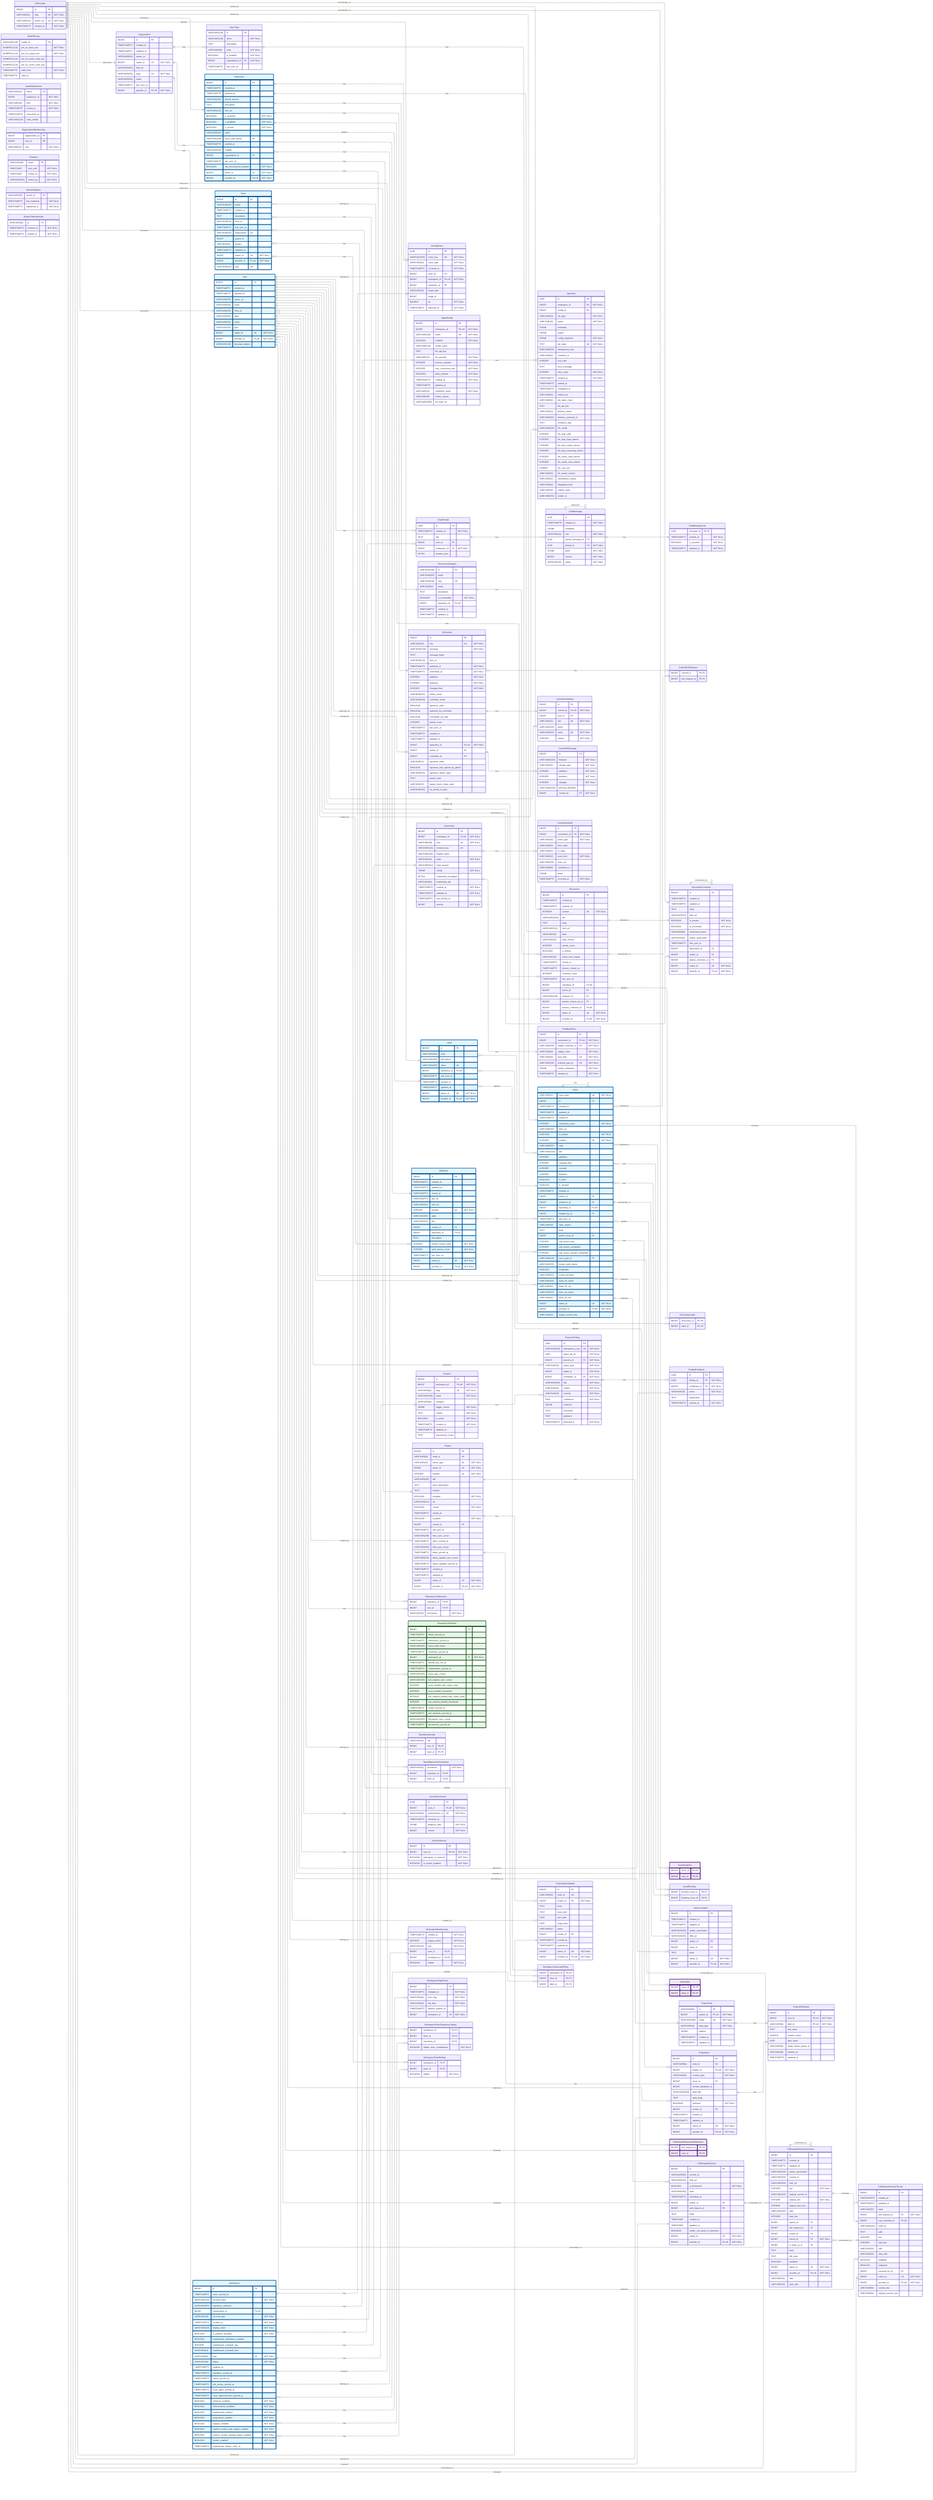
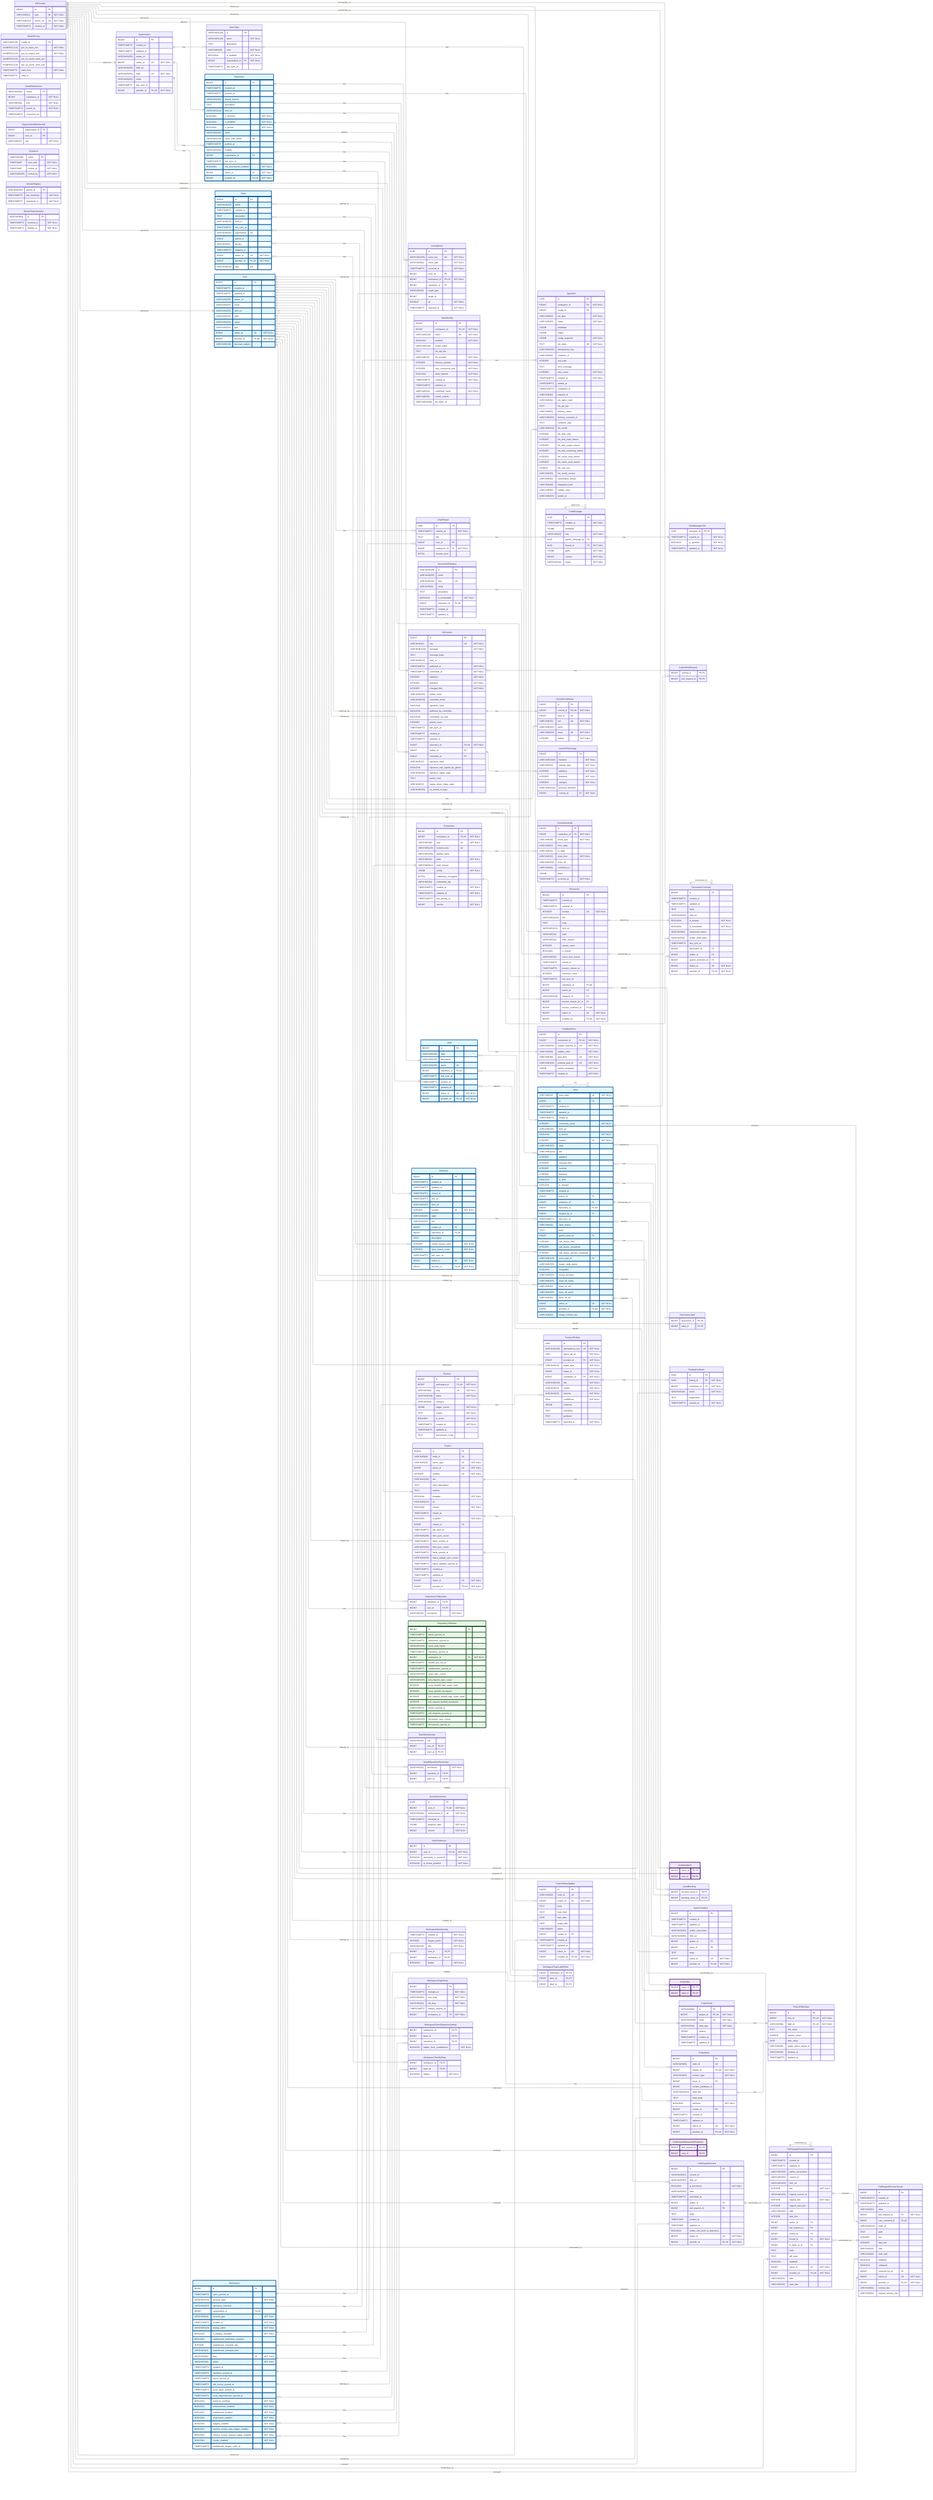
---
config:
    layout: elk
---
erDiagram
    %% Generated automatically from PostgreSQL database schema
    %% using scripts/generate-mermaid-erd.ts
    %% To regenerate: pnpm run db:generate-erd-docs

    direction LR

    ActivityEvent {
        UUID id PK
        VARCHAR(255) event_key UK "NOT NULL"
        VARCHAR(64) event_type "NOT NULL"
        TIMESTAMPTZ occurred_at "NOT NULL"
        BIGINT actor_id FK
        BIGINT workspace_id FK,UK "NOT NULL"
        BIGINT repository_id FK
        VARCHAR(32) target_type
        BIGINT target_id
        DOUBLE xp "NOT NULL"
        TIMESTAMPTZ ingested_at "NOT NULL"
    }

    AgentConfig {
        BIGINT id PK
        BIGINT workspace_id FK,UK "NOT NULL"
        VARCHAR(100) name UK "NOT NULL"
        BOOLEAN enabled "NOT NULL"
        VARCHAR(128) model_name
        TEXT llm_api_key
        VARCHAR(32) llm_provider "NOT NULL"
        INTEGER timeout_seconds "NOT NULL"
        INTEGER max_concurrent_jobs "NOT NULL"
        BOOLEAN allow_internet "NOT NULL"
        TIMESTAMPTZ created_at "NOT NULL"
        TIMESTAMPTZ updated_at
        VARCHAR(16) credential_mode "NOT NULL"
        VARCHAR(50) model_version
        VARCHAR(2048) llm_base_url
    }

    AgentJob {
        UUID id PK
        BIGINT workspace_id FK "NOT NULL"
        BIGINT config_id FK
        VARCHAR(50) job_type "NOT NULL"
        VARCHAR(20) status "NOT NULL"
        JSONB metadata
        JSONB output
        JSONB config_snapshot "NOT NULL"
        TEXT job_token UK "NOT NULL"
        VARCHAR(255) idempotency_key
        VARCHAR(64) container_id
        INTEGER exit_code
        TEXT error_message
        INTEGER retry_count "NOT NULL"
        TIMESTAMPTZ created_at "NOT NULL"
        TIMESTAMPTZ started_at
        TIMESTAMPTZ completed_at
        VARCHAR(64) network_id
        VARCHAR(64) job_token_hash
        TEXT llm_api_key
        VARCHAR(20) delivery_status
        VARCHAR(255) delivery_comment_id
        TEXT container_logs
        VARCHAR(100) llm_model
        INTEGER llm_total_calls
        INTEGER llm_total_input_tokens
        INTEGER llm_total_output_tokens
        INTEGER llm_total_reasoning_tokens
        INTEGER llm_cache_read_tokens
        INTEGER llm_cache_write_tokens
        DOUBLE llm_cost_usd
        VARCHAR(50) llm_model_version
        VARCHAR(32) cancellation_reason
        VARCHAR(48) integration_kind
        VARCHAR(48) subject_class
        VARCHAR(255) worker_id
    }

    ChatMessage {
        UUID id PK
        TIMESTAMPTZ created_at "NOT NULL"
        JSONB metadata
        VARCHAR(16) role "NOT NULL"
        UUID parent_message_id FK
        UUID thread_id FK "NOT NULL"
        JSONB parts "NOT NULL"
        BIGINT version "NOT NULL"
        VARCHAR(16) status "NOT NULL"
    }

    ChatMessageVote {
        UUID message_id PK,FK
        TIMESTAMPTZ created_at "NOT NULL"
        BOOLEAN is_upvoted "NOT NULL"
        TIMESTAMPTZ updated_at "NOT NULL"
    }

    ChatThread {
        UUID id PK
        TIMESTAMPTZ created_at "NOT NULL"
        TEXT title
        BIGINT user_id FK
        BIGINT workspace_id FK "NOT NULL"
        BYTEA session_jsonl
    }

    CommitContributor {
        BIGINT id PK
        BIGINT commit_id FK,UK "NOT NULL"
        BIGINT user_id FK
        VARCHAR(32) role UK "NOT NULL"
        VARCHAR(255) name
        VARCHAR(255) email UK "NOT NULL"
        INTEGER ordinal "NOT NULL"
    }

    CommitFileChange {
        BIGINT id PK
        VARCHAR(1024) filename "NOT NULL"
        VARCHAR(32) change_type "NOT NULL"
        INTEGER additions "NOT NULL"
        INTEGER deletions "NOT NULL"
        INTEGER changes "NOT NULL"
        VARCHAR(1024) previous_filename
        BIGINT commit_id FK "NOT NULL"
    }

    CommitPullRequest {
        BIGINT commit_id PK,FK
        BIGINT pull_request_id PK,FK
    }

    Connection {
        BIGINT id PK
        BIGINT workspace_id FK,UK "NOT NULL"
        VARCHAR(48) kind UK "NOT NULL"
        VARCHAR(128) instance_key UK
        VARCHAR(256) display_name
        VARCHAR(32) state "NOT NULL"
        VARCHAR(512) state_reason
        JSONB config "NOT NULL"
        BYTEA credentials_encrypted
        VARCHAR(64) credentials_alg
        TIMESTAMPTZ created_at "NOT NULL"
        TIMESTAMPTZ updated_at "NOT NULL"
        TIMESTAMPTZ last_activity_at
        BIGINT version "NOT NULL"
    }

    ConnectionAudit {
        BIGINT id PK
        BIGINT connection_id FK "NOT NULL"
        VARCHAR(48) event_type "NOT NULL"
        VARCHAR(32) from_state
        VARCHAR(32) to_state
        VARCHAR(32) actor_kind "NOT NULL"
        VARCHAR(256) actor_ref
        VARCHAR(64) correlation_id
        JSONB detail
        TIMESTAMPTZ occurred_at "NOT NULL"
    }

    Discussion {
        BIGINT id PK
        TIMESTAMPTZ created_at
        TIMESTAMPTZ updated_at
        INTEGER number UK "NOT NULL"
        VARCHAR(1024) title
        TEXT body
        VARCHAR(512) html_url
        VARCHAR(16) state
        VARCHAR(32) state_reason
        INTEGER upvote_count
        BOOLEAN is_locked
        VARCHAR(32) active_lock_reason
        TIMESTAMPTZ closed_at
        TIMESTAMPTZ answer_chosen_at
        INTEGER comment_count
        TIMESTAMPTZ last_sync_at
        BIGINT repository_id FK,UK
        BIGINT author_id FK
        VARCHAR(128) category_id FK
        BIGINT answer_chosen_by_id FK
        BIGINT answer_comment_id FK,UK
        BIGINT native_id UK "NOT NULL"
        BIGINT provider_id FK,UK "NOT NULL"
    }

    DiscussionCategory {
        VARCHAR(128) id PK
        VARCHAR(255) name
        VARCHAR(128) slug UK
        VARCHAR(32) emoji
        TEXT description
        BOOLEAN is_answerable "NOT NULL"
        BIGINT repository_id FK,UK
        TIMESTAMPTZ created_at
        TIMESTAMPTZ updated_at
    }

    DiscussionComment {
        BIGINT id PK
        TIMESTAMPTZ created_at
        TIMESTAMPTZ updated_at
        TEXT body
        VARCHAR(512) html_url
        BOOLEAN is_answer "NOT NULL"
        BOOLEAN is_minimized "NOT NULL"
        VARCHAR(64) minimized_reason
        VARCHAR(32) author_association
        TIMESTAMPTZ last_sync_at
        BIGINT discussion_id FK
        BIGINT author_id FK
        BIGINT parent_comment_id FK
        BIGINT native_id UK "NOT NULL"
        BIGINT provider_id FK,UK "NOT NULL"
    }

    DiscussionLabel {
        BIGINT discussion_id PK,FK
        BIGINT label_id PK,FK
    }

    FeedbackPost {
        BIGINT id PK
        BIGINT connection_id FK,UK "NOT NULL"
        VARCHAR(256) subject_external_id UK "NOT NULL"
        VARCHAR(48) subject_class "NOT NULL"
        VARCHAR(48) post_kind UK "NOT NULL"
        VARCHAR(256) external_post_id UK "NOT NULL"
        JSONB vendor_metadata "NOT NULL"
        TIMESTAMPTZ created_at "NOT NULL"
    }

    FindingFeedback {
        UUID id PK
        UUID finding_id FK "NOT NULL"
        BIGINT contributor_id FK "NOT NULL"
        VARCHAR(16) action "NOT NULL"
        TEXT explanation
        TIMESTAMPTZ created_at "NOT NULL"
    }

    GitCommit {
        BIGINT id PK
        VARCHAR(40) sha UK "NOT NULL"
        VARCHAR(1024) message "NOT NULL"
        TEXT message_body
        VARCHAR(512) html_url
        TIMESTAMPTZ authored_at "NOT NULL"
        TIMESTAMPTZ committed_at "NOT NULL"
        INTEGER additions "NOT NULL"
        INTEGER deletions "NOT NULL"
        INTEGER changed_files "NOT NULL"
        VARCHAR(255) author_email
        VARCHAR(255) committer_email
        BOOLEAN signature_valid
        BOOLEAN authored_by_committer
        BOOLEAN committed_via_web
        INTEGER parent_count
        TIMESTAMPTZ last_sync_at
        TIMESTAMPTZ created_at
        TIMESTAMPTZ updated_at
        BIGINT repository_id FK,UK "NOT NULL"
        BIGINT author_id FK
        BIGINT committer_id FK
        VARCHAR(32) signature_state
        BOOLEAN signature_was_signed_by_github
        VARCHAR(255) signature_signer_login
        TEXT parent_shas
        VARCHAR(32) status_check_rollup_state
        VARCHAR(255) on_behalf_of_login
    }

    GitProvider {
        BIGINT id PK
        VARCHAR(10) type UK "NOT NULL"
        VARCHAR(512) server_url UK "NOT NULL"
        TIMESTAMPTZ created_at "NOT NULL"
    }

    Issue {
        VARCHAR(31) issue_type UK "NOT NULL"
        BIGINT id PK
        TIMESTAMPTZ created_at
        TIMESTAMPTZ updated_at
        TIMESTAMPTZ closed_at
        INTEGER comments_count "NOT NULL"
        VARCHAR(255) html_url
        BOOLEAN is_locked "NOT NULL"
        INTEGER number UK "NOT NULL"
        VARCHAR(255) state
        VARCHAR(1024) title
        INTEGER additions
        INTEGER changed_files
        INTEGER commits
        INTEGER deletions
        BOOLEAN is_draft
        BOOLEAN is_merged
        TIMESTAMPTZ merged_at
        BIGINT author_id FK
        BIGINT milestone_id FK
        BIGINT repository_id FK,UK
        BIGINT merged_by_id FK
        TIMESTAMPTZ last_sync_at
        VARCHAR(32) state_reason
        TEXT body
        BIGINT parent_issue_id FK
        INTEGER sub_issues_total
        INTEGER sub_issues_completed
        INTEGER sub_issues_percent_completed
        VARCHAR(128) issue_type_id FK
        VARCHAR(255) merge_state_status
        BOOLEAN mergeable
        VARCHAR(255) review_decision
        VARCHAR(255) head_ref_name
        VARCHAR(40) head_ref_oid
        VARCHAR(255) base_ref_name
        VARCHAR(40) base_ref_oid
        BIGINT native_id UK "NOT NULL"
        BIGINT provider_id FK,UK "NOT NULL"
        VARCHAR(40) merge_commit_sha
    }

    IssueAssignee {
        BIGINT issue_id PK,FK
        BIGINT user_id PK,FK
    }

    IssueBlocking {
        BIGINT blocked_issue_id PK,FK
        BIGINT blocking_issue_id PK,FK
    }

    IssueComment {
        BIGINT id PK
        TIMESTAMPTZ created_at
        TIMESTAMPTZ updated_at
        VARCHAR(255) author_association
        VARCHAR(255) html_url
        BIGINT author_id FK
        BIGINT issue_id FK
        TEXT body
        BIGINT native_id UK "NOT NULL"
        BIGINT provider_id FK,UK "NOT NULL"
    }

    IssueLabel {
        BIGINT issue_id PK,FK
        BIGINT label_id PK,FK
    }

    IssueType {
        VARCHAR(128) id PK
        VARCHAR(128) name "NOT NULL"
        TEXT description
        VARCHAR(20) color "NOT NULL"
        BOOLEAN is_enabled "NOT NULL"
        BIGINT organization_id FK "NOT NULL"
        TIMESTAMPTZ last_sync_at
    }

    Label {
        BIGINT id PK
        VARCHAR(255) color
        VARCHAR(255) description
        VARCHAR(255) name UK
        BIGINT repository_id FK,UK
        TIMESTAMPTZ last_sync_at
        TIMESTAMPTZ created_at
        TIMESTAMPTZ updated_at
        BIGINT native_id UK "NOT NULL"
        BIGINT provider_id FK,UK "NOT NULL"
    }

    Milestone {
        BIGINT id PK
        TIMESTAMPTZ created_at
        TIMESTAMPTZ updated_at
        TIMESTAMPTZ closed_at
        TIMESTAMPTZ due_on
        VARCHAR(255) html_url
        INTEGER number UK "NOT NULL"
        VARCHAR(255) state
        VARCHAR(255) title
        BIGINT creator_id FK
        BIGINT repository_id FK,UK
        TEXT description
        INTEGER closed_issues_count "NOT NULL"
        INTEGER open_issues_count "NOT NULL"
        TIMESTAMPTZ last_sync_at
        BIGINT native_id UK "NOT NULL"
        BIGINT provider_id FK,UK "NOT NULL"
    }

    ModelPricing {
        VARCHAR(128) model_id PK
        NUMERIC(12,6) per_1k_input_usd "NOT NULL"
        NUMERIC(12,6) per_1k_output_usd "NOT NULL"
        NUMERIC(12,6) per_1k_cache_read_usd
        NUMERIC(12,6) per_1k_cache_write_usd
        TIMESTAMPTZ valid_from "NOT NULL"
        TIMESTAMPTZ valid_to
    }

    OauthStateNonce {
        VARCHAR(32) nonce PK
        BIGINT workspace_id "NOT NULL"
        VARCHAR(48) kind "NOT NULL"
        TIMESTAMPTZ issued_at "NOT NULL"
        TIMESTAMPTZ consumed_at
-         VARCHAR(128) code_verifier
    }

    Organization {
        BIGINT id PK
        TIMESTAMPTZ created_at
        TIMESTAMPTZ updated_at
        VARCHAR(255) avatar_url
        BIGINT native_id UK "NOT NULL"
        VARCHAR(255) html_url
        VARCHAR(255) login UK "NOT NULL"
        VARCHAR(255) name
        TIMESTAMPTZ last_sync_at
        BIGINT provider_id FK,UK "NOT NULL"
    }

    OrganizationMembership {
        BIGINT organization_id PK
        BIGINT user_id PK
        VARCHAR(32) role "NOT NULL"
    }

    Practice {
        BIGINT id PK
        BIGINT workspace_id FK,UK "NOT NULL"
        VARCHAR(64) slug UK "NOT NULL"
        VARCHAR(128) name "NOT NULL"
        VARCHAR(64) category
        JSONB trigger_events "NOT NULL"
        TEXT criteria "NOT NULL"
        BOOLEAN is_active "NOT NULL"
        TIMESTAMPTZ created_at "NOT NULL"
        TIMESTAMPTZ updated_at
        TEXT precompute_script
    }

    PracticeFinding {
        UUID id PK
        VARCHAR(255) idempotency_key UK "NOT NULL"
        UUID agent_job_id "NOT NULL"
        BIGINT practice_id FK "NOT NULL"
        VARCHAR(32) target_type "NOT NULL"
        BIGINT target_id "NOT NULL"
        BIGINT contributor_id FK "NOT NULL"
        VARCHAR(255) title "NOT NULL"
        VARCHAR(16) verdict "NOT NULL"
        VARCHAR(16) severity "NOT NULL"
        REAL confidence "NOT NULL"
        JSONB evidence
        TEXT reasoning
        TEXT guidance
        TIMESTAMPTZ detected_at "NOT NULL"
    }

    Project {
        BIGINT id PK
        VARCHAR(64) node_id UK
        VARCHAR(32) owner_type UK "NOT NULL"
        BIGINT owner_id UK "NOT NULL"
        INTEGER number UK "NOT NULL"
        VARCHAR(256) title
        TEXT short_description
        TEXT readme
        BOOLEAN template "NOT NULL"
        VARCHAR(512) url
        BOOLEAN closed "NOT NULL"
        TIMESTAMPTZ closed_at
        BOOLEAN is_public "NOT NULL"
        BIGINT creator_id FK
        TIMESTAMPTZ last_sync_at
        VARCHAR(256) item_sync_cursor
        TIMESTAMPTZ items_synced_at
        VARCHAR(256) field_sync_cursor
        TIMESTAMPTZ fields_synced_at
        VARCHAR(256) status_update_sync_cursor
        TIMESTAMPTZ status_updates_synced_at
        TIMESTAMPTZ created_at
        TIMESTAMPTZ updated_at
        BIGINT native_id UK "NOT NULL"
        BIGINT provider_id FK,UK "NOT NULL"
    }

    ProjectField {
        VARCHAR(64) id PK
        BIGINT project_id FK,UK "NOT NULL"
        VARCHAR(256) name UK "NOT NULL"
        VARCHAR(32) data_type "NOT NULL"
        JSONB options
        TIMESTAMPTZ created_at
        TIMESTAMPTZ updated_at
    }

    ProjectFieldValue {
        BIGINT id PK
        BIGINT item_id FK,UK "NOT NULL"
        VARCHAR(64) field_id FK,UK "NOT NULL"
        TEXT text_value
        DOUBLE number_value
        DATE date_value
        VARCHAR(64) single_select_option_id
        VARCHAR(64) iteration_id
        TIMESTAMPTZ updated_at
    }

    ProjectItem {
        BIGINT id PK
        VARCHAR(64) node_id UK
        BIGINT project_id FK,UK "NOT NULL"
        VARCHAR(32) content_type "NOT NULL"
        BIGINT issue_id FK
        BIGINT content_database_id
        VARCHAR(1024) draft_title
        TEXT draft_body
        BOOLEAN archived "NOT NULL"
        BIGINT creator_id FK
        TIMESTAMPTZ created_at
        TIMESTAMPTZ updated_at
        BIGINT native_id UK "NOT NULL"
        BIGINT provider_id FK,UK "NOT NULL"
    }

    ProjectStatusUpdate {
        BIGINT id PK
        VARCHAR(64) node_id UK
        BIGINT project_id FK "NOT NULL"
        TEXT body
        TEXT body_html
        DATE start_date
        DATE target_date
        VARCHAR(32) status
        BIGINT creator_id FK
        TIMESTAMPTZ created_at
        TIMESTAMPTZ updated_at
        BIGINT native_id UK "NOT NULL"
        BIGINT provider_id FK,UK "NOT NULL"
    }

    PullRequestRequestedReviewer {
        BIGINT pull_request_id PK,FK
        BIGINT user_id PK,FK
    }

    PullRequestReview {
        BIGINT id PK
        VARCHAR(255) commit_id
        VARCHAR(255) html_url
        BOOLEAN is_dismissed "NOT NULL"
        VARCHAR(255) state
        TIMESTAMPTZ submitted_at
        BIGINT author_id FK
        BIGINT pull_request_id FK
        TEXT body
        TIMESTAMP created_at
        TIMESTAMP updated_at
        BOOLEAN author_can_push_to_repository
        BIGINT native_id UK "NOT NULL"
        BIGINT provider_id FK,UK "NOT NULL"
    }

    PullRequestReviewComment {
        BIGINT id PK
        TIMESTAMPTZ created_at
        TIMESTAMPTZ updated_at
        VARCHAR(255) author_association
        VARCHAR(255) commit_id
        VARCHAR(255) html_url
        INTEGER line "NOT NULL"
        VARCHAR(255) original_commit_id
        INTEGER original_line "NOT NULL"
        INTEGER original_start_line
        VARCHAR(255) path
        INTEGER start_line
        BIGINT author_id FK
        BIGINT pull_request_id FK
        BIGINT review_id FK
        BIGINT thread_id FK "NOT NULL"
        BIGINT in_reply_to_id FK
        TEXT body
        TEXT diff_hunk
        BOOLEAN outdated
        BIGINT native_id UK "NOT NULL"
        BIGINT provider_id FK,UK "NOT NULL"
        VARCHAR(16) side
        VARCHAR(16) start_side
    }

    PullRequestReviewThread {
        BIGINT id PK
        TIMESTAMPTZ created_at
        TIMESTAMPTZ updated_at
        VARCHAR(20) state
        BIGINT pull_request_id FK "NOT NULL"
        BIGINT root_comment_id FK,UK
        VARCHAR(128) node_id
        TEXT path
        INTEGER line
        INTEGER start_line
        VARCHAR(16) side
        VARCHAR(16) start_side
        BOOLEAN outdated
        BOOLEAN collapsed
        BIGINT resolved_by_id FK
        BIGINT native_id UK "NOT NULL"
        BIGINT provider_id FK,UK "NOT NULL"
        VARCHAR(64) commit_sha
        VARCHAR(64) original_commit_sha
    }

    Repository {
        BIGINT id PK
        TIMESTAMPTZ created_at
        TIMESTAMPTZ updated_at
        VARCHAR(255) default_branch
        TEXT description
        VARCHAR(512) html_url
        BOOLEAN is_archived "NOT NULL"
        BOOLEAN is_disabled "NOT NULL"
        BOOLEAN is_private "NOT NULL"
        VARCHAR(255) name
        VARCHAR(150) name_with_owner UK
        TIMESTAMPTZ pushed_at
        VARCHAR(255) visibility
        BIGINT organization_id FK
        TIMESTAMPTZ last_sync_at
        BOOLEAN has_discussions_enabled "NOT NULL"
        BIGINT native_id UK "NOT NULL"
        BIGINT provider_id FK,UK "NOT NULL"
    }

    RepositoryCollaborator {
        BIGINT repository_id PK,FK
        BIGINT user_id PK,FK
        VARCHAR(32) permission "NOT NULL"
    }

    RepositoryToMonitor {
        BIGINT id PK
        TIMESTAMPTZ labels_synced_at
        TIMESTAMPTZ milestones_synced_at
        VARCHAR(255) name_with_owner
        TIMESTAMPTZ repository_synced_at
        BIGINT workspace_id FK "NOT NULL"
        TIMESTAMPTZ backfill_last_run_at
        TIMESTAMPTZ collaborators_synced_at
        VARCHAR(255) issue_sync_cursor
        VARCHAR(255) pull_request_sync_cursor
        INTEGER issue_backfill_high_water_mark
        INTEGER issue_backfill_checkpoint
        INTEGER pull_request_backfill_high_water_mark
        INTEGER pull_request_backfill_checkpoint
        TIMESTAMPTZ issues_synced_at
        TIMESTAMPTZ pull_requests_synced_at
        VARCHAR(255) discussion_sync_cursor
        TIMESTAMPTZ discussions_synced_at
    }

    Shedlock {
        VARCHAR(64) name PK
        TIMESTAMP lock_until "NOT NULL"
        TIMESTAMP locked_at "NOT NULL"
        VARCHAR(255) locked_by "NOT NULL"
    }

    Team {
        BIGINT id PK
        VARCHAR(255) name
        TIMESTAMPTZ created_at
        TEXT description
        VARCHAR(512) html_url
        TIMESTAMPTZ last_sync_at
        VARCHAR(255) organization UK
        BIGINT parent_id
        VARCHAR(32) privacy
        TIMESTAMPTZ updated_at
        BIGINT native_id UK "NOT NULL"
        BIGINT provider_id FK,UK "NOT NULL"
        VARCHAR(512) slug UK
    }

    TeamMembership {
        VARCHAR(32) role
        BIGINT user_id PK,FK
        BIGINT team_id PK,FK
    }

    TeamRepositoryPermission {
        VARCHAR(32) permission "NOT NULL"
        BIGINT repository_id PK,FK
        BIGINT team_id PK,FK
    }

    User {
        BIGINT id PK
        TIMESTAMPTZ created_at
        TIMESTAMPTZ updated_at
        VARCHAR(255) avatar_url
        VARCHAR(255) email
        VARCHAR(255) html_url
        VARCHAR(255) login
        VARCHAR(255) name
        VARCHAR(255) type
        BIGINT native_id UK "NOT NULL"
        BIGINT provider_id FK,UK "NOT NULL"
        VARCHAR(128) keycloak_subject
    }

    UserAchievement {
        UUID id PK
        BIGINT user_id FK,UK "NOT NULL"
        VARCHAR(64) achievement_id UK "NOT NULL"
        TIMESTAMPTZ unlocked_at
        JSONB progress_data "NOT NULL"
        BIGINT version "NOT NULL"
    }

    UserPreference {
        BIGINT id PK
        BIGINT user_id FK,UK "NOT NULL"
        BOOLEAN participate_in_research "NOT NULL"
        BOOLEAN ai_review_enabled "NOT NULL"
    }

    WorkerRegistry {
        VARCHAR(255) worker_id PK
        TIMESTAMPTZ last_heartbeat "NOT NULL"
        TIMESTAMPTZ registered_at "NOT NULL"
    }

    WorkerTokenDenylist {
        VARCHAR(64) jti PK
        TIMESTAMPTZ revoked_at "NOT NULL"
        TIMESTAMPTZ expires_at "NOT NULL"
    }

    Workspace {
        BIGINT id PK
        TIMESTAMPTZ users_synced_at
        VARCHAR(120) account_login "NOT NULL"
        VARCHAR(255) repository_selection
        BIGINT organization_id FK,UK
        VARCHAR(10) account_type "NOT NULL"
        TIMESTAMPTZ created_at "NOT NULL"
        VARCHAR(120) display_name "NOT NULL"
        BOOLEAN is_publicly_viewable "NOT NULL"
        BOOLEAN leaderboard_notification_enabled
        INTEGER leaderboard_schedule_day
        VARCHAR(10) leaderboard_schedule_time
        VARCHAR(64) slug UK "NOT NULL"
        VARCHAR(20) status "NOT NULL"
        TIMESTAMPTZ updated_at
        TIMESTAMPTZ members_synced_at
        TIMESTAMPTZ teams_synced_at
        TIMESTAMPTZ sub_issues_synced_at
        TIMESTAMPTZ issue_types_synced_at
        TIMESTAMPTZ issue_dependencies_synced_at
        BOOLEAN practices_enabled "NOT NULL"
        BOOLEAN achievements_enabled "NOT NULL"
        BOOLEAN leaderboard_enabled "NOT NULL"
        BOOLEAN progression_enabled "NOT NULL"
        BOOLEAN leagues_enabled "NOT NULL"
        BOOLEAN practice_review_auto_trigger_enabled "NOT NULL"
        BOOLEAN practice_review_manual_trigger_enabled "NOT NULL"
        BOOLEAN mentor_enabled "NOT NULL"
        TIMESTAMPTZ leaderboard_league_cycle_at
    }

    WorkspaceMembership {
        TIMESTAMPTZ created_at "NOT NULL"
        INTEGER league_points "NOT NULL"
        VARCHAR(16) role "NOT NULL"
        BIGINT user_id PK,FK
        BIGINT workspace_id PK,FK
        BOOLEAN hidden "NOT NULL"
    }

    WorkspaceSlugHistory {
        BIGINT id PK
        TIMESTAMPTZ changed_at "NOT NULL"
        VARCHAR(64) new_slug "NOT NULL"
        VARCHAR(64) old_slug "NOT NULL"
        TIMESTAMPTZ redirect_expires_at
        BIGINT workspace_id FK "NOT NULL"
    }

    WorkspaceTeamLabelFilter {
        BIGINT workspace_id PK,FK
        BIGINT team_id PK,FK
        BIGINT label_id PK,FK
    }

    WorkspaceTeamRepositorySetting {
        BIGINT workspace_id PK,FK
        BIGINT team_id PK,FK
        BIGINT repository_id PK,FK
        BOOLEAN hidden_from_contributions "NOT NULL"
    }

    WorkspaceTeamSetting {
        BIGINT workspace_id PK,FK
        BIGINT team_id PK,FK
        BOOLEAN hidden "NOT NULL"
    }

    %% Relationships
    %% One-to-One relationships
    Workspace ||--|| ActivityEvent : has
    Workspace ||--|| AgentConfig : has
    ChatMessage ||--|| ChatMessageVote : has
    GitCommit ||--|| CommitContributor : has
    Workspace ||--|| Connection : has
    DiscussionComment ||--|| Discussion : references
    GitProvider ||--|| Discussion : references
    Repository ||--|| Discussion : has
    Repository ||--|| DiscussionCategory : has
    GitProvider ||--|| DiscussionComment : commented_on
    Connection ||--|| FeedbackPost : has
    Repository ||--|| GitCommit : has
    GitProvider ||--|| Issue : references
    Repository ||--|| Issue : has
    GitProvider ||--|| IssueComment : commented_on
    GitProvider ||--|| Label : labeled
    Repository ||--|| Label : labeled
    GitProvider ||--|| Milestone : references
    Repository ||--|| Milestone : has
    GitProvider ||--|| Organization : references
    Workspace ||--|| Practice : has
    GitProvider ||--|| Project : references
    Project ||--|| ProjectField : has
    ProjectField ||--|| ProjectFieldValue : has
    ProjectItem ||--|| ProjectFieldValue : has
    Project ||--|| ProjectItem : has
    GitProvider ||--|| ProjectItem : references
    GitProvider ||--|| ProjectStatusUpdate : references
    GitProvider ||--|| PullRequestReview : reviewed
    GitProvider ||--|| PullRequestReviewComment : commented_on
    GitProvider ||--|| PullRequestReviewThread : reviewed
    PullRequestReviewComment ||--|| PullRequestReviewThread : reviewed
    GitProvider ||--|| Repository : references
    GitProvider ||--|| Team : references
    GitProvider ||--|| User : references
    User ||--|| UserAchievement : has
    User ||--|| UserPreference : has
    Organization ||--|| Workspace : has
    User ||--|| WorkspaceMembership : belongs_to
    Workspace ||--|| WorkspaceMembership : belongs_to

    %% One-to-Many relationships
    User ||--o{ ActivityEvent : references
    Repository ||--o{ ActivityEvent : has
    AgentConfig ||--o{ AgentJob : has
    Workspace ||--o{ AgentJob : has
    ChatMessage ||--o{ ChatMessage : references
    ChatThread ||--o{ ChatMessage : has
    User ||--o{ ChatThread : has
    Workspace ||--o{ ChatThread : has
    User ||--o{ CommitContributor : has
    GitCommit ||--o{ CommitFileChange : has
    Connection ||--o{ ConnectionAudit : has
    User ||--o{ Discussion : references
    User ||--o{ Discussion : authored_by
    DiscussionCategory ||--o{ Discussion : has
    User ||--o{ DiscussionComment : commented_on
    Discussion ||--o{ DiscussionComment : commented_on
    DiscussionComment ||--o{ DiscussionComment : commented_on
    User ||--o{ FindingFeedback : references
    PracticeFinding ||--o{ FindingFeedback : has
    User ||--o{ GitCommit : authored_by
    User ||--o{ GitCommit : references
    User ||--o{ Issue : authored_by
    IssueType ||--o{ Issue : has
    User ||--o{ Issue : merged_by
    Milestone ||--o{ Issue : has
    Issue ||--o{ Issue : has
    User ||--o{ IssueComment : commented_on
    Issue ||--o{ IssueComment : commented_on
    Organization ||--o{ IssueType : has
    User ||--o{ Milestone : created_by
    User ||--o{ PracticeFinding : references
    Practice ||--o{ PracticeFinding : has
    User ||--o{ Project : created_by
    User ||--o{ ProjectItem : created_by
    Issue ||--o{ ProjectItem : has
    User ||--o{ ProjectStatusUpdate : created_by
    Project ||--o{ ProjectStatusUpdate : has
    User ||--o{ PullRequestReview : reviewed
    Issue ||--o{ PullRequestReview : reviewed
    User ||--o{ PullRequestReviewComment : commented_on
    PullRequestReviewComment ||--o{ PullRequestReviewComment : commented_on
    Issue ||--o{ PullRequestReviewComment : commented_on
    PullRequestReview ||--o{ PullRequestReviewComment : commented_on
    PullRequestReviewThread ||--o{ PullRequestReviewComment : commented_on
    Issue ||--o{ PullRequestReviewThread : reviewed
    User ||--o{ PullRequestReviewThread : reviewed
    Organization ||--o{ Repository : has
    Workspace ||--o{ RepositoryToMonitor : monitors
    Workspace ||--o{ WorkspaceSlugHistory : has

    %% Many-to-Many relationships
    GitCommit }o--o{ CommitPullRequest : has
    Issue }o--o{ CommitPullRequest : references
    Discussion }o--o{ DiscussionLabel : labeled
    Label }o--o{ DiscussionLabel : labeled
    Issue }o--o{ IssueAssignee : assigned_to
    User }o--o{ IssueAssignee : assigned_to
    Issue }o--o{ IssueBlocking : has
    Issue }o--o{ IssueBlocking : has
    Issue }o--o{ IssueLabel : labeled
    Label }o--o{ IssueLabel : labeled
    Issue }o--o{ PullRequestRequestedReviewer : reviewed
    User }o--o{ PullRequestRequestedReviewer : reviewed
    Repository }o--o{ RepositoryCollaborator : has
    User }o--o{ RepositoryCollaborator : has
    Team }o--o{ TeamMembership : belongs_to
    User }o--o{ TeamMembership : belongs_to
    Repository }o--o{ TeamRepositoryPermission : has
    Team }o--o{ TeamRepositoryPermission : has
    Label }o--o{ WorkspaceTeamLabelFilter : labeled
    Team }o--o{ WorkspaceTeamLabelFilter : labeled
    Workspace }o--o{ WorkspaceTeamLabelFilter : labeled
    Repository }o--o{ WorkspaceTeamRepositorySetting : has
    Team }o--o{ WorkspaceTeamRepositorySetting : has
    Workspace }o--o{ WorkspaceTeamRepositorySetting : has
    Team }o--o{ WorkspaceTeamSetting : has
    Workspace }o--o{ WorkspaceTeamSetting : has

    %% Styling
    classDef primaryEntity fill:#e1f5fe,stroke:#01579b,stroke-width:2px
    classDef associationEntity fill:#f3e5f5,stroke:#4a148c,stroke-width:2px
    classDef metadataEntity fill:#e8f5e8,stroke:#1b5e20,stroke-width:2px

    class Issue primaryEntity
    class IssueAssignee associationEntity
    class IssueLabel associationEntity
    class Label primaryEntity
    class Milestone primaryEntity
    class PullRequestRequestedReviewer associationEntity
    class Repository primaryEntity
    class RepositoryToMonitor metadataEntity
    class Team primaryEntity
    class User primaryEntity
    class Workspace primaryEntity
